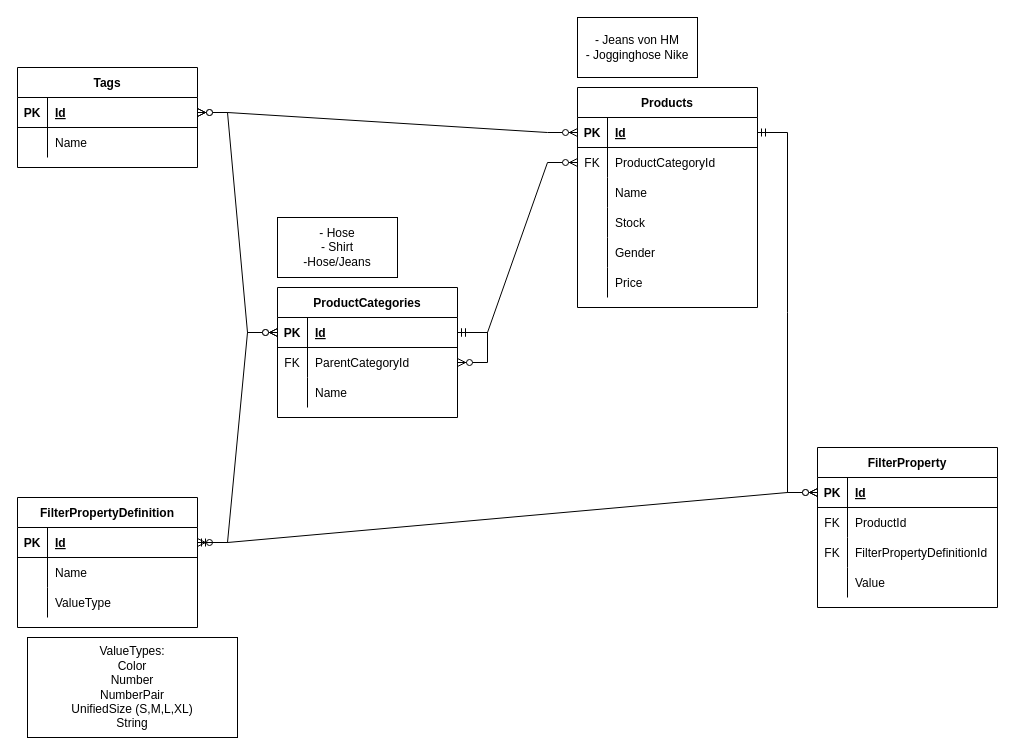
The draw.io diagram documentation/catalogue-service er diagram.drawio in deelk00/gca-project, before the edit. Source tidied: cells renumbered, new cells numbered last; positions are measured from the earlier drawing's top-left corner, leaving out a move shared by most shapes. Both pictures are drawn from the tidied source at 100%, with x=0, y=0 at pixel (17, 17).
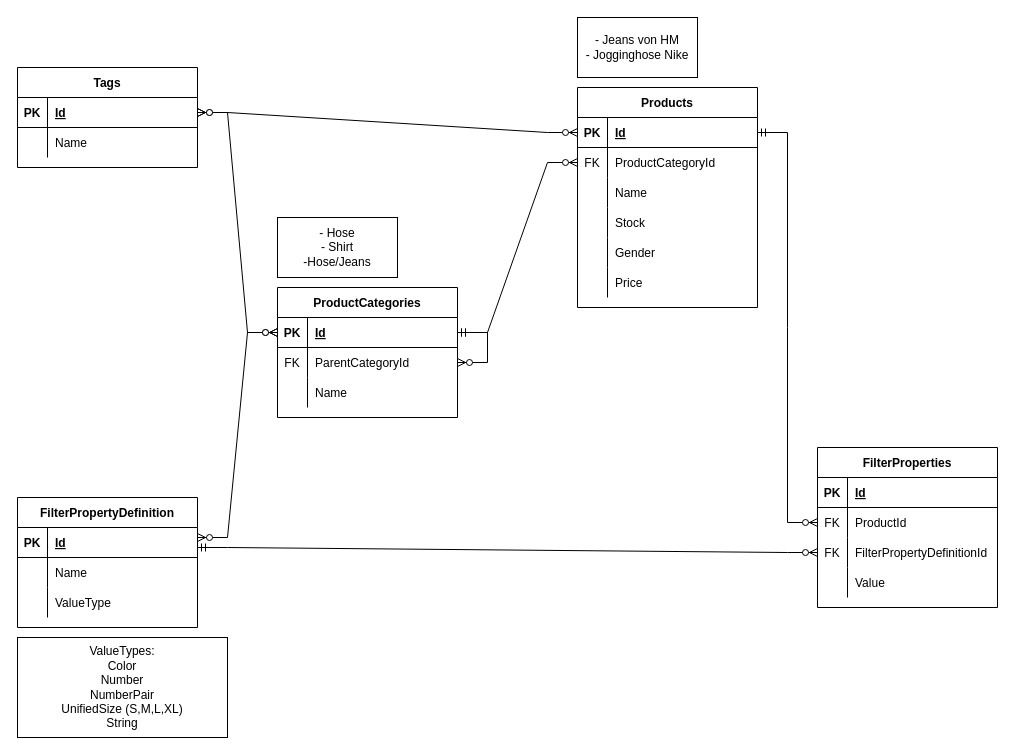
The same diagram, later.

Unchanged cells that the change refers to:
```xml
<mxCell id="3" style="shape=tableRow;horizontal=0;startSize=0;swimlaneHead=0;swimlaneBody=0;fillColor=none;points=[[0,0.5],[1,0.5]];portConstraint=eastwest;top=0;left=0;right=0;bottom=1;" parent="2" vertex="1">
  <mxGeometry y="30" width="180" height="30" as="geometry" />
</mxCell>
<mxCell id="22" style="shape=tableRow;horizontal=0;startSize=0;swimlaneHead=0;swimlaneBody=0;fillColor=none;points=[[0,0.5],[1,0.5]];portConstraint=eastwest;top=0;left=0;right=0;bottom=1;" parent="21" vertex="1">
  <mxGeometry y="30" width="180" height="30" as="geometry" />
</mxCell>
<mxCell id="36" style="shape=tableRow;horizontal=0;startSize=0;swimlaneHead=0;swimlaneBody=0;fillColor=none;points=[[0,0.5],[1,0.5]];portConstraint=eastwest;top=0;left=0;right=0;bottom=1;" parent="35" vertex="1">
  <mxGeometry y="30" width="180" height="30" as="geometry" />
</mxCell>
<mxCell id="57" style="shape=tableRow;horizontal=0;startSize=0;swimlaneHead=0;swimlaneBody=0;fillColor=none;points=[[0,0.5],[1,0.5]];portConstraint=eastwest;top=0;left=0;right=0;bottom=1;" parent="56" vertex="1">
  <mxGeometry y="30" width="180" height="30" as="geometry" />
</mxCell>
<mxCell id="60" style="shape=tableRow;horizontal=0;startSize=0;swimlaneHead=0;swimlaneBody=0;fillColor=none;points=[[0,0.5],[1,0.5]];portConstraint=eastwest;top=0;left=0;right=0;bottom=0;" parent="56" vertex="1">
  <mxGeometry y="60" width="180" height="30" as="geometry" />
</mxCell>
<mxCell id="63" style="shape=tableRow;horizontal=0;startSize=0;swimlaneHead=0;swimlaneBody=0;fillColor=none;points=[[0,0.5],[1,0.5]];portConstraint=eastwest;top=0;left=0;right=0;bottom=0;" parent="56" vertex="1">
  <mxGeometry y="90" width="180" height="30" as="geometry" />
</mxCell>
```

Diff of the diagram source:
```diff
@@
     <mxCell id="54" value="ValueTypes:&lt;br&gt;Color&lt;br&gt;Number&lt;br&gt;NumberPair&lt;br&gt;UnifiedSize (S,M,L,XL)&lt;br&gt;String" style="rounded=0;whiteSpace=wrap;html=1;" parent="1" vertex="1">
-      <mxGeometry x="10" y="620" width="210" height="100" as="geometry" />
+      <mxGeometry y="620" width="210" height="100" as="geometry" />
     </mxCell>
-    <mxCell id="55" style="edgeStyle=entityRelationEdgeStyle;fontSize=12;html=1;endArrow=ERzeroToMany;endFill=1;startArrow=ERzeroToMany;rounded=0;" parent="1" edge="1" source="36" target="22">
-      <mxGeometry relative="1" as="geometry" />
+    <mxCell id="55" style="edgeStyle=entityRelationEdgeStyle;fontSize=12;html=1;endArrow=ERzeroToMany;endFill=1;startArrow=ERzeroToMany;rounded=0;" parent="1" edge="1" target="22">
+      <mxGeometry relative="1" as="geometry">
+        <mxPoint x="180" y="520" as="sourcePoint" />
+      </mxGeometry>
     </mxCell>
-    <mxCell id="56" value="FilterProperty" style="shape=table;startSize=30;childLayout=tableLayout;rowLines=0;fontStyle=1;align=center;" parent="1" vertex="1">
+    <mxCell id="56" value="FilterProperties" style="shape=table;startSize=30;childLayout=tableLayout;rowLines=0;fontStyle=1;align=center;" parent="1" vertex="1">
       <mxGeometry x="800" y="430" width="180" height="160" as="geometry" />
     </mxCell>
@@
-    <mxCell id="69" style="edgeStyle=entityRelationEdgeStyle;fontSize=12;html=1;endArrow=ERzeroToMany;startArrow=ERmandOne;rounded=0;" parent="1" edge="1" source="36" target="57">
+    <mxCell id="69" style="edgeStyle=entityRelationEdgeStyle;fontSize=12;html=1;endArrow=ERzeroToMany;startArrow=ERmandOne;rounded=0;exitX=1;exitY=0.667;exitDx=0;exitDy=0;exitPerimeter=0;" parent="1" edge="1" source="36" target="63">
       <mxGeometry relative="1" as="geometry" />
     </mxCell>
-    <mxCell id="70" style="edgeStyle=entityRelationEdgeStyle;fontSize=12;html=1;endArrow=ERzeroToMany;startArrow=ERmandOne;rounded=0;" parent="1" edge="1" source="3" target="57">
+    <mxCell id="70" style="edgeStyle=entityRelationEdgeStyle;fontSize=12;html=1;endArrow=ERzeroToMany;startArrow=ERmandOne;rounded=0;" parent="1" edge="1" source="3" target="60">
       <mxGeometry relative="1" as="geometry" />
     </mxCell>
```
